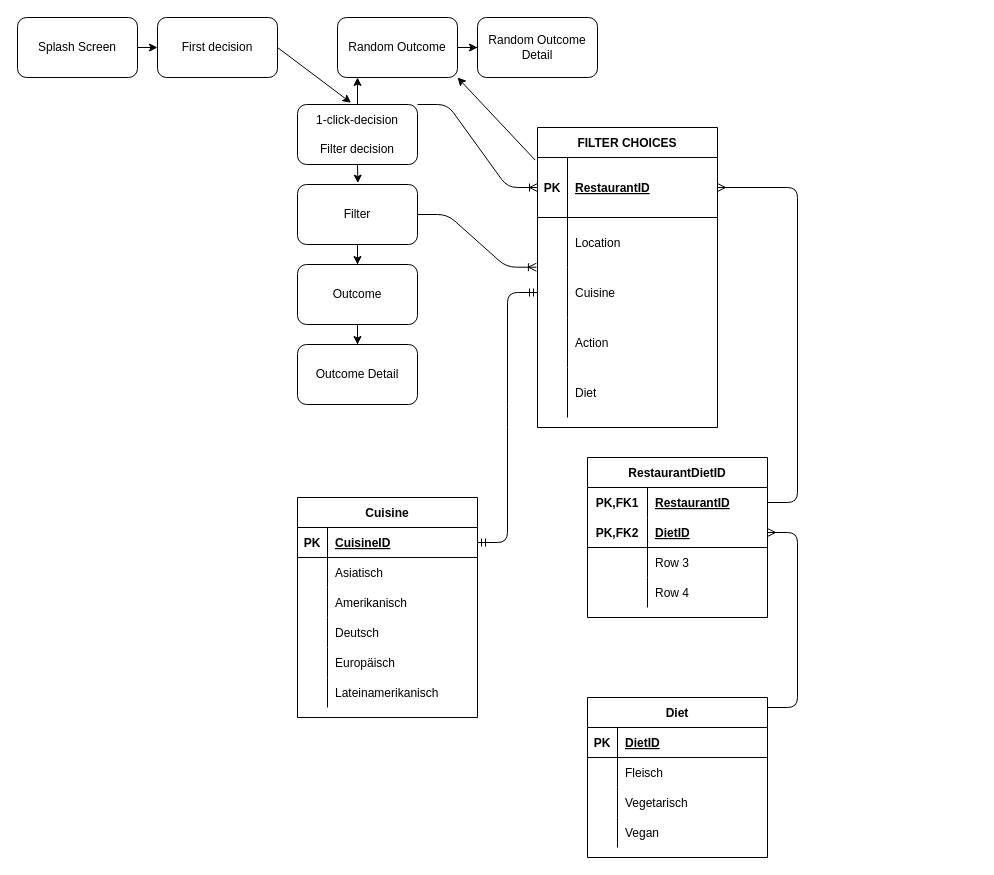
Matt-1985/choicely keeps this draw.io diagram as client/src/Untitled Diagram.drawio. Above is the earlier version. Source tidied: cells renumbered, new cells numbered last; positions are measured from the earlier drawing's top-left corner, leaving out a move shared by most shapes. Both pictures are drawn from the tidied source at 100%, with x=0, y=0 at pixel (17, 17).
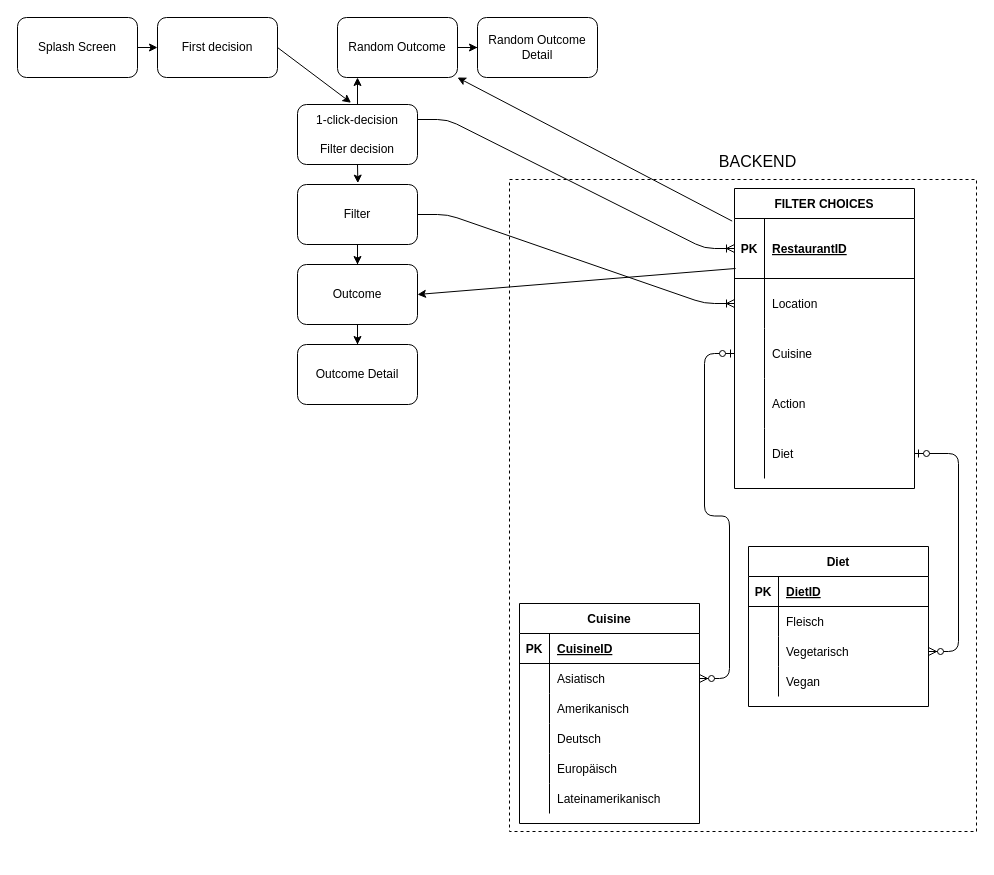
The same diagram, later.

Unchanged cells that the change refers to:
```xml
<mxCell id="6" value="1-click-decision&lt;br&gt;&lt;br&gt;Filter decision" style="rounded=1;whiteSpace=wrap;html=1;" parent="1" vertex="1">
  <mxGeometry x="280" y="87" width="120" height="60" as="geometry" />
</mxCell>
<mxCell id="11" value="Filter" style="rounded=1;whiteSpace=wrap;html=1;" parent="1" vertex="1">
  <mxGeometry x="280" y="167" width="120" height="60" as="geometry" />
</mxCell>
<mxCell id="13" value="Outcome" style="rounded=1;whiteSpace=wrap;html=1;" parent="1" vertex="1">
  <mxGeometry x="280" y="247" width="120" height="60" as="geometry" />
</mxCell>
<mxCell id="18" style="shape=partialRectangle;fillColor=none;top=0;left=0;bottom=1;right=0;points=[[0,0.5],[1,0.5]];portConstraint=eastwest;" parent="17" vertex="1">
  <mxGeometry y="30" width="180" height="60" as="geometry" />
</mxCell>
<mxCell id="21" style="shape=partialRectangle;fillColor=none;top=0;left=0;bottom=0;right=0;points=[[0,0.5],[1,0.5]];portConstraint=eastwest;" parent="17" vertex="1">
  <mxGeometry y="90" width="180" height="50" as="geometry" />
</mxCell>
<mxCell id="24" style="shape=partialRectangle;fillColor=none;top=0;left=0;bottom=0;right=0;points=[[0,0.5],[1,0.5]];portConstraint=eastwest;" parent="17" vertex="1">
  <mxGeometry y="140" width="180" height="50" as="geometry" />
</mxCell>
<mxCell id="30" style="shape=partialRectangle;fillColor=none;top=0;left=0;bottom=0;right=0;points=[[0,0.5],[1,0.5]];portConstraint=eastwest;" parent="17" vertex="1">
  <mxGeometry y="240" width="180" height="50" as="geometry" />
</mxCell>
<mxCell id="34" style="shape=partialRectangle;fillColor=none;top=0;left=0;bottom=1;right=0;points=[[0,0.5],[1,0.5]];portConstraint=eastwest;" parent="33" vertex="1">
  <mxGeometry y="30" width="180" height="30" as="geometry" />
</mxCell>
<mxCell id="37" style="shape=partialRectangle;fillColor=none;top=0;left=0;bottom=0;right=0;points=[[0,0.5],[1,0.5]];portConstraint=eastwest;" parent="33" vertex="1">
  <mxGeometry y="60" width="180" height="30" as="geometry" />
</mxCell>
<mxCell id="59" style="shape=partialRectangle;fillColor=none;top=0;left=0;bottom=0;right=0;points=[[0,0.5],[1,0.5]];portConstraint=eastwest;" parent="52" vertex="1">
  <mxGeometry y="90" width="180" height="30" as="geometry" />
</mxCell>
```

The edit, as a diff of the source:
```diff
@@
+    <mxCell id="84" style="rounded=0;whiteSpace=wrap;html=1;dashed=1;" parent="1" vertex="1">
+      <mxGeometry x="492" y="162" width="467" height="652" as="geometry" />
+    </mxCell>
@@
     <mxCell id="17" value="FILTER CHOICES" style="shape=table;startSize=30;childLayout=tableLayout;rowLines=0;fontStyle=1;align=center;" parent="1" vertex="1">
-      <mxGeometry x="520" y="110" width="180" height="300" as="geometry" />
+      <mxGeometry x="717" y="171" width="180" height="300" as="geometry" />
     </mxCell>
@@
     <mxCell id="33" value="Cuisine" style="shape=table;startSize=30;childLayout=tableLayout;rowLines=0;fontStyle=1;align=center;" parent="1" vertex="1">
-      <mxGeometry x="280" y="480" width="180" height="220" as="geometry" />
+      <mxGeometry x="502" y="586" width="180" height="220" as="geometry" />
     </mxCell>
@@
     <mxCell id="52" value="Diet" style="shape=table;startSize=30;childLayout=tableLayout;rowLines=0;fontStyle=1;align=center;" parent="1" vertex="1">
-      <mxGeometry x="570" y="680" width="180" height="160" as="geometry" />
+      <mxGeometry x="731" y="529" width="180" height="160" as="geometry" />
     </mxCell>
@@
-    <mxCell id="65" style="edgeStyle=entityRelationEdgeStyle;fontSize=12;html=1;endArrow=ERoneToMany;exitX=1;exitY=0.5;exitDx=0;exitDy=0;entryX=-0.006;entryY=-0.006;entryDx=0;entryDy=0;entryPerimeter=0;" parent="1" edge="1" source="11" target="24">
+    <mxCell id="65" style="edgeStyle=entityRelationEdgeStyle;fontSize=12;html=1;endArrow=ERoneToMany;exitX=1;exitY=0.5;exitDx=0;exitDy=0;entryX=0;entryY=0.5;entryDx=0;entryDy=0;" parent="1" edge="1" source="11" target="21">
       <mxGeometry relative="1" as="geometry" />
     </mxCell>
-    <mxCell id="66" value="RestaurantDietID" style="shape=table;startSize=30;childLayout=tableLayout;rowLines=0;fontStyle=1;align=center;" parent="1" vertex="1">
-      <mxGeometry x="570" y="440" width="180" height="160" as="geometry" />
-    </mxCell>
-    <mxCell id="67" style="shape=partialRectangle;fillColor=none;top=0;left=0;bottom=0;right=0;points=[[0,0.5],[1,0.5]];portConstraint=eastwest;" parent="66" vertex="1">
-      <mxGeometry y="30" width="180" height="30" as="geometry" />
-    </mxCell>
-    <mxCell id="68" value="PK,FK1" style="shape=partialRectangle;fillColor=none;top=0;left=0;bottom=0;right=0;fontStyle=1;overflow=hidden;" parent="67" vertex="1">
-      <mxGeometry width="60" height="30" as="geometry" />
-    </mxCell>
-    <mxCell id="69" value="RestaurantID" style="shape=partialRectangle;fillColor=none;top=0;left=0;bottom=0;right=0;align=left;spacingLeft=6;fontStyle=5;overflow=hidden;" parent="67" vertex="1">
-      <mxGeometry x="60" width="120" height="30" as="geometry" />
-    </mxCell>
-    <mxCell id="70" style="shape=partialRectangle;fillColor=none;top=0;left=0;bottom=1;right=0;points=[[0,0.5],[1,0.5]];portConstraint=eastwest;" parent="66" vertex="1">
-      <mxGeometry y="60" width="180" height="30" as="geometry" />
-    </mxCell>
-    <mxCell id="71" value="PK,FK2" style="shape=partialRectangle;fillColor=none;top=0;left=0;bottom=0;right=0;fontStyle=1;overflow=hidden;" parent="70" vertex="1">
-      <mxGeometry width="60" height="30" as="geometry" />
-    </mxCell>
-    <mxCell id="72" value="DietID" style="shape=partialRectangle;fillColor=none;top=0;left=0;bottom=0;right=0;align=left;spacingLeft=6;fontStyle=5;overflow=hidden;" parent="70" vertex="1">
-      <mxGeometry x="60" width="120" height="30" as="geometry" />
-    </mxCell>
-    <mxCell id="73" style="shape=partialRectangle;fillColor=none;top=0;left=0;bottom=0;right=0;" parent="66" vertex="1">
-      <mxGeometry y="90" width="180" height="30" as="geometry" />
-    </mxCell>
-    <mxCell id="74" style="shape=partialRectangle;fillColor=none;top=0;left=0;bottom=0;right=0;overflow=hidden;" parent="73" vertex="1">
-      <mxGeometry width="60" height="30" as="geometry" />
-    </mxCell>
-    <mxCell id="75" value="Row 3" style="shape=partialRectangle;fillColor=none;top=0;left=0;bottom=0;right=0;align=left;spacingLeft=6;overflow=hidden;" parent="73" vertex="1">
-      <mxGeometry x="60" width="120" height="30" as="geometry" />
-    </mxCell>
-    <mxCell id="76" style="shape=partialRectangle;fillColor=none;top=0;left=0;bottom=0;right=0;" parent="66" vertex="1">
-      <mxGeometry y="120" width="180" height="30" as="geometry" />
-    </mxCell>
-    <mxCell id="77" style="shape=partialRectangle;fillColor=none;top=0;left=0;bottom=0;right=0;overflow=hidden;" parent="76" vertex="1">
-      <mxGeometry width="60" height="30" as="geometry" />
-    </mxCell>
-    <mxCell id="78" value="Row 4" style="shape=partialRectangle;fillColor=none;top=0;left=0;bottom=0;right=0;align=left;spacingLeft=6;overflow=hidden;" parent="76" vertex="1">
-      <mxGeometry x="60" width="120" height="30" as="geometry" />
-    </mxCell>
-    <mxCell id="79" style="edgeStyle=entityRelationEdgeStyle;fontSize=12;html=1;endArrow=ERmandOne;startArrow=ERmandOne;entryX=0;entryY=0.5;entryDx=0;entryDy=0;exitX=1;exitY=0.5;exitDx=0;exitDy=0;" parent="1" edge="1" source="34" target="24">
-      <mxGeometry relative="1" as="geometry" />
-    </mxCell>
-    <mxCell id="80" style="edgeStyle=entityRelationEdgeStyle;fontSize=12;html=1;endArrow=ERoneToMany;exitX=1;exitY=0;exitDx=0;exitDy=0;entryX=0;entryY=0.5;entryDx=0;entryDy=0;" parent="1" edge="1" source="6" target="18">
+    <mxCell id="80" style="edgeStyle=entityRelationEdgeStyle;fontSize=12;html=1;endArrow=ERoneToMany;exitX=1;exitY=0.25;exitDx=0;exitDy=0;entryX=0;entryY=0.5;entryDx=0;entryDy=0;" parent="1" edge="1" source="6" target="18">
       <mxGeometry relative="1" as="geometry" />
     </mxCell>
@@
-    <mxCell id="82" style="edgeStyle=entityRelationEdgeStyle;fontSize=12;html=1;endArrow=ERmany;entryX=1;entryY=0.5;entryDx=0;entryDy=0;" parent="1" edge="1" target="70">
-      <mxGeometry relative="1" as="geometry">
-        <mxPoint x="750" y="690" as="sourcePoint" />
-      </mxGeometry>
-    </mxCell>
-    <mxCell id="83" style="edgeStyle=entityRelationEdgeStyle;fontSize=12;html=1;endArrow=ERmany;entryX=1;entryY=0.5;entryDx=0;entryDy=0;" parent="1" edge="1" source="67" target="18">
-      <mxGeometry relative="1" as="geometry" />
-    </mxCell>
+    <mxCell id="85" style="edgeStyle=entityRelationEdgeStyle;fontSize=12;html=1;endArrow=ERzeroToMany;startArrow=ERzeroToOne;exitX=0;exitY=0.5;exitDx=0;exitDy=0;entryX=1;entryY=0.5;entryDx=0;entryDy=0;" parent="1" edge="1" source="24" target="37">
+      <mxGeometry relative="1" as="geometry" />
+    </mxCell>
+    <mxCell id="86" style="edgeStyle=entityRelationEdgeStyle;fontSize=12;html=1;endArrow=ERzeroToMany;startArrow=ERzeroToOne;" parent="1" edge="1" source="30" target="59">
+      <mxGeometry relative="1" as="geometry" />
+    </mxCell>
+    <mxCell id="87" style="endArrow=classic;html=1;exitX=0.006;exitY=0.833;exitDx=0;exitDy=0;exitPerimeter=0;entryX=1;entryY=0.5;entryDx=0;entryDy=0;" parent="1" edge="1" source="18" target="13">
+      <mxGeometry relative="1" as="geometry" />
+    </mxCell>
+    <mxCell id="88" value="BACKEND" style="text;html=1;align=center;verticalAlign=middle;fontSize=16;" parent="1" vertex="1">
+      <mxGeometry x="696" y="132" width="87" height="23" as="geometry" />
+    </mxCell>
```
